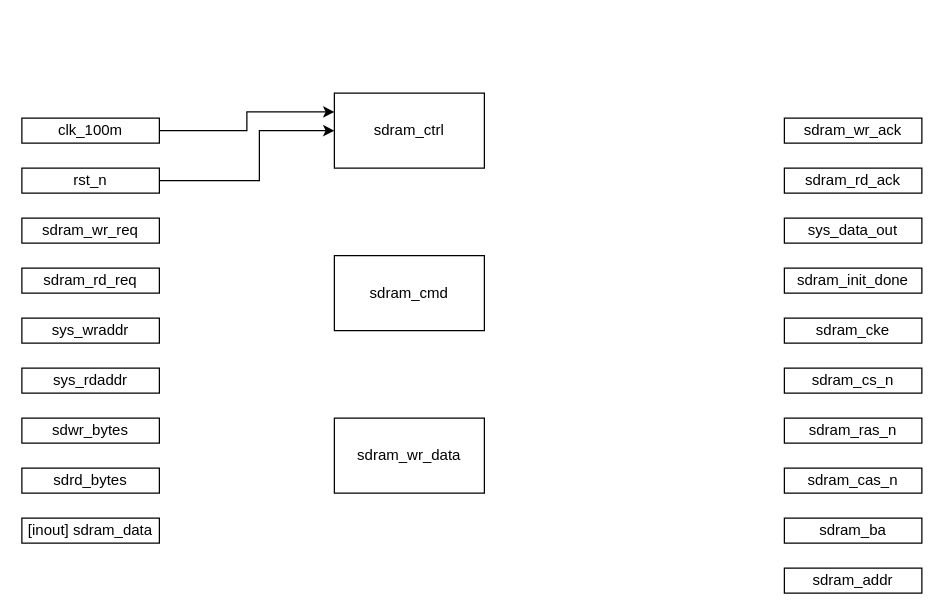
Before: hardware/sdram_ctrl.drawio in Manistein/let-us-build-a-computer-system, a draw.io diagram. Source tidied: cells renumbered, new cells numbered last; positions are measured from the earlier drawing's top-left corner, leaving out a move shared by most shapes. Both pictures are drawn from the tidied source at 125%, with x=0, y=0 at pixel (21, 92).
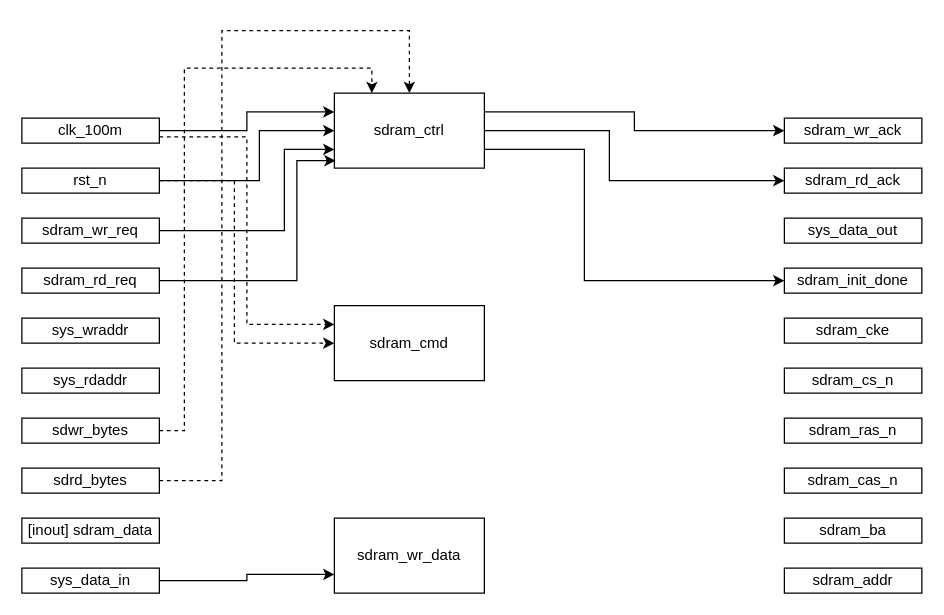
After the change.

The change refers to these unchanged cells:
```xml
<mxCell id="2" value="sdram_ctrl" style="rounded=0;whiteSpace=wrap;html=1;" parent="1" vertex="1">
  <mxGeometry x="250" width="120" height="60" as="geometry" />
</mxCell>
<mxCell id="6" value="clk_100m" style="rounded=0;whiteSpace=wrap;html=1;" parent="1" vertex="1">
  <mxGeometry y="20" width="110" height="20" as="geometry" />
</mxCell>
<mxCell id="8" value="rst_n" style="rounded=0;whiteSpace=wrap;html=1;" parent="1" vertex="1">
  <mxGeometry y="60" width="110" height="20" as="geometry" />
</mxCell>
<mxCell id="9" value="sdram_wr_req" style="rounded=0;whiteSpace=wrap;html=1;" parent="1" vertex="1">
  <mxGeometry y="100" width="110" height="20" as="geometry" />
</mxCell>
<mxCell id="10" value="sdram_rd_req" style="rounded=0;whiteSpace=wrap;html=1;" parent="1" vertex="1">
  <mxGeometry y="140" width="110" height="20" as="geometry" />
</mxCell>
<mxCell id="13" value="sdwr_bytes" style="rounded=0;whiteSpace=wrap;html=1;" parent="1" vertex="1">
  <mxGeometry y="260" width="110" height="20" as="geometry" />
</mxCell>
<mxCell id="14" value="sdrd_bytes" style="rounded=0;whiteSpace=wrap;html=1;" parent="1" vertex="1">
  <mxGeometry y="300" width="110" height="20" as="geometry" />
</mxCell>
<mxCell id="16" value="sdram_wr_ack" style="rounded=0;whiteSpace=wrap;html=1;" parent="1" vertex="1">
  <mxGeometry x="610" y="20" width="110" height="20" as="geometry" />
</mxCell>
<mxCell id="17" value="sdram_rd_ack" style="rounded=0;whiteSpace=wrap;html=1;" parent="1" vertex="1">
  <mxGeometry x="610" y="60" width="110" height="20" as="geometry" />
</mxCell>
<mxCell id="19" value="sdram_init_done" style="rounded=0;whiteSpace=wrap;html=1;" parent="1" vertex="1">
  <mxGeometry x="610" y="140" width="110" height="20" as="geometry" />
</mxCell>
```

What changed in the source:
```diff
@@
+    <mxCell id="26" style="edgeStyle=orthogonalEdgeStyle;rounded=0;jettySize=auto;html=1;exitX=1;exitY=0.25;exitDx=0;exitDy=0;entryX=0;entryY=0.5;entryDx=0;entryDy=0;" parent="1" edge="1" source="2" target="16">
+      <mxGeometry relative="1" as="geometry" />
+    </mxCell>
+    <mxCell id="27" style="edgeStyle=orthogonalEdgeStyle;rounded=0;jettySize=auto;html=1;exitX=1;exitY=0.5;exitDx=0;exitDy=0;entryX=0;entryY=0.5;entryDx=0;entryDy=0;" parent="1" edge="1" source="2" target="17">
+      <mxGeometry relative="1" as="geometry">
+        <Array as="points">
+          <mxPoint x="470" y="30" />
+          <mxPoint x="470" y="70" />
+        </Array>
+      </mxGeometry>
+    </mxCell>
+    <mxCell id="28" style="edgeStyle=orthogonalEdgeStyle;rounded=0;jettySize=auto;html=1;exitX=1;exitY=0.75;exitDx=0;exitDy=0;entryX=0;entryY=0.5;entryDx=0;entryDy=0;" parent="1" edge="1" source="2" target="19">
+      <mxGeometry relative="1" as="geometry">
+        <Array as="points">
+          <mxPoint x="450" y="45" />
+          <mxPoint x="450" y="150" />
+        </Array>
+      </mxGeometry>
+    </mxCell>
@@
     <mxCell id="3" value="sdram_cmd" style="rounded=0;whiteSpace=wrap;html=1;" parent="1" vertex="1">
-      <mxGeometry x="250" y="130" width="120" height="60" as="geometry" />
+      <mxGeometry x="250" y="170" width="120" height="60" as="geometry" />
     </mxCell>
     <mxCell id="4" value="sdram_wr_data" style="rounded=0;whiteSpace=wrap;html=1;" parent="1" vertex="1">
-      <mxGeometry x="250" y="260" width="120" height="60" as="geometry" />
+      <mxGeometry x="250" y="340" width="120" height="60" as="geometry" />
     </mxCell>
     <mxCell id="5" style="edgeStyle=orthogonalEdgeStyle;rounded=0;jettySize=auto;html=1;exitX=1;exitY=0.5;exitDx=0;exitDy=0;entryX=0;entryY=0.25;entryDx=0;entryDy=0;" parent="1" edge="1" source="6" target="2">
-      <mxGeometry relative="1" as="geometry" />
+      <mxGeometry relative="1" as="geometry">
+        <Array as="points">
+          <mxPoint x="180" y="30" />
+          <mxPoint x="180" y="15" />
+        </Array>
+      </mxGeometry>
     </mxCell>
+    <mxCell id="29" style="edgeStyle=orthogonalEdgeStyle;rounded=0;jettySize=auto;html=1;exitX=1;exitY=0.75;exitDx=0;exitDy=0;entryX=0;entryY=0.25;entryDx=0;entryDy=0;dashed=1;" parent="1" edge="1" source="6" target="3">
+      <mxGeometry relative="1" as="geometry" />
+    </mxCell>
@@
+    <mxCell id="30" style="edgeStyle=orthogonalEdgeStyle;rounded=0;jettySize=auto;html=1;exitX=1;exitY=0.5;exitDx=0;exitDy=0;entryX=0;entryY=0.5;entryDx=0;entryDy=0;dashed=1;" parent="1" edge="1" source="8" target="3">
+      <mxGeometry relative="1" as="geometry">
+        <Array as="points">
+          <mxPoint x="170" y="70" />
+          <mxPoint x="170" y="200" />
+        </Array>
+      </mxGeometry>
+    </mxCell>
@@
+    <mxCell id="31" style="edgeStyle=orthogonalEdgeStyle;rounded=0;jettySize=auto;html=1;exitX=1;exitY=0.5;exitDx=0;exitDy=0;entryX=0;entryY=0.75;entryDx=0;entryDy=0;" parent="1" edge="1" source="9" target="2">
+      <mxGeometry relative="1" as="geometry">
+        <Array as="points">
+          <mxPoint x="210" y="110" />
+          <mxPoint x="210" y="45" />
+        </Array>
+      </mxGeometry>
+    </mxCell>
@@
+    <mxCell id="32" style="edgeStyle=orthogonalEdgeStyle;rounded=0;jettySize=auto;html=1;exitX=1;exitY=0.5;exitDx=0;exitDy=0;entryX=0.25;entryY=0;entryDx=0;entryDy=0;dashed=1;" parent="1" edge="1" source="13" target="2">
+      <mxGeometry relative="1" as="geometry">
+        <Array as="points">
+          <mxPoint x="130" y="270" />
+          <mxPoint x="130" y="-20" />
+          <mxPoint x="280" y="-20" />
+        </Array>
+      </mxGeometry>
+    </mxCell>
@@
+    <mxCell id="33" style="edgeStyle=orthogonalEdgeStyle;rounded=0;jettySize=auto;html=1;exitX=1;exitY=0.5;exitDx=0;exitDy=0;entryX=0.5;entryY=0;entryDx=0;entryDy=0;dashed=1;" parent="1" edge="1" source="14" target="2">
+      <mxGeometry relative="1" as="geometry">
+        <Array as="points">
+          <mxPoint x="160" y="310" />
+          <mxPoint x="160" y="-50" />
+          <mxPoint x="310" y="-50" />
+        </Array>
+      </mxGeometry>
+    </mxCell>
@@
+    <mxCell id="34" style="edgeStyle=orthogonalEdgeStyle;rounded=0;jettySize=auto;html=1;exitX=1;exitY=0.5;exitDx=0;exitDy=0;entryX=0;entryY=0.75;entryDx=0;entryDy=0;" parent="1" edge="1" source="35" target="4">
+      <mxGeometry relative="1" as="geometry" />
+    </mxCell>
+    <mxCell id="35" value="sys_data_in" style="rounded=0;whiteSpace=wrap;html=1;" parent="1" vertex="1">
+      <mxGeometry y="380" width="110" height="20" as="geometry" />
+    </mxCell>
+    <mxCell id="36" style="edgeStyle=orthogonalEdgeStyle;rounded=0;jettySize=auto;html=1;exitX=1;exitY=0.5;exitDx=0;exitDy=0;entryX=0.008;entryY=0.9;entryDx=0;entryDy=0;entryPerimeter=0;" parent="1" edge="1" source="10" target="2">
+      <mxGeometry relative="1" as="geometry">
+        <Array as="points">
+          <mxPoint x="220" y="150" />
+          <mxPoint x="220" y="54" />
+        </Array>
+      </mxGeometry>
+    </mxCell>
```
